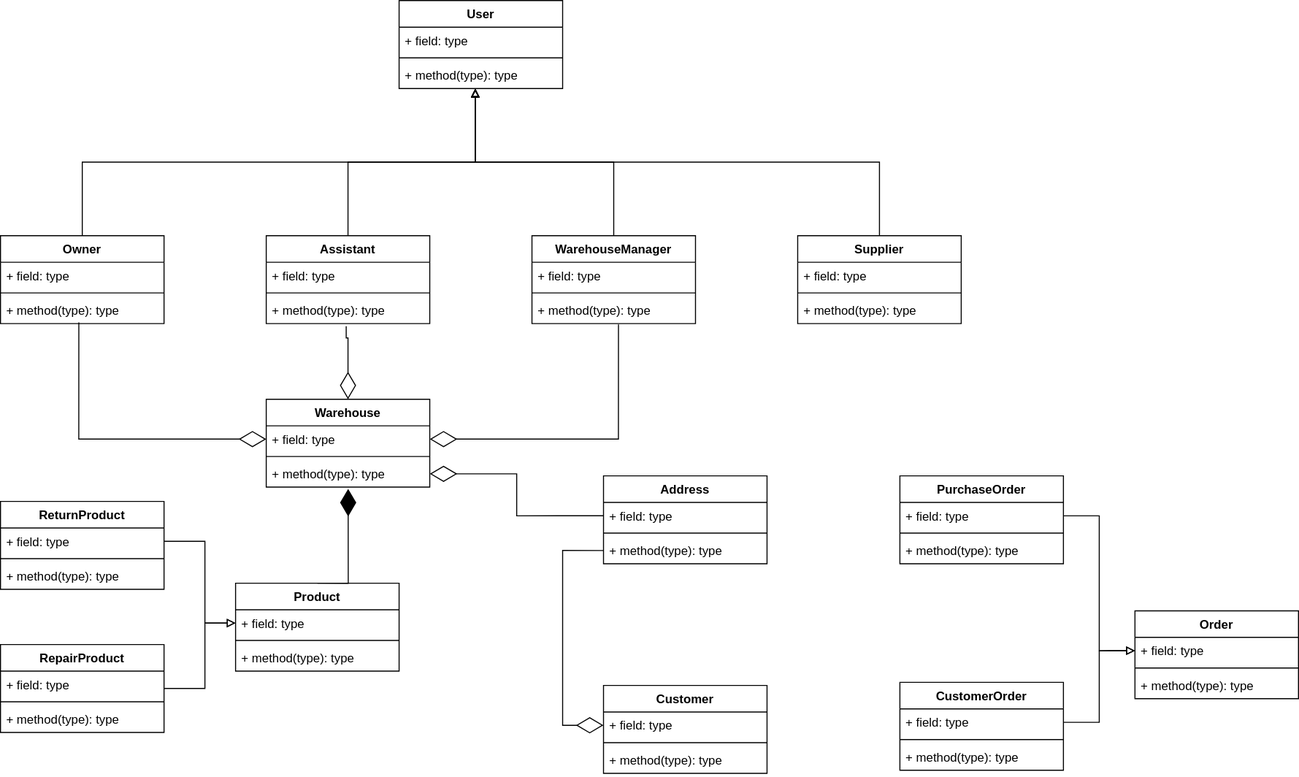
This is Class Diagram.svg from Simamkele88/IFM3_GP, a draw.io export, as it was before one commit. Source tidied: cells renumbered, new cells last; positions are measured from the earlier drawing's top-left corner, leaving out a move shared by most shapes.
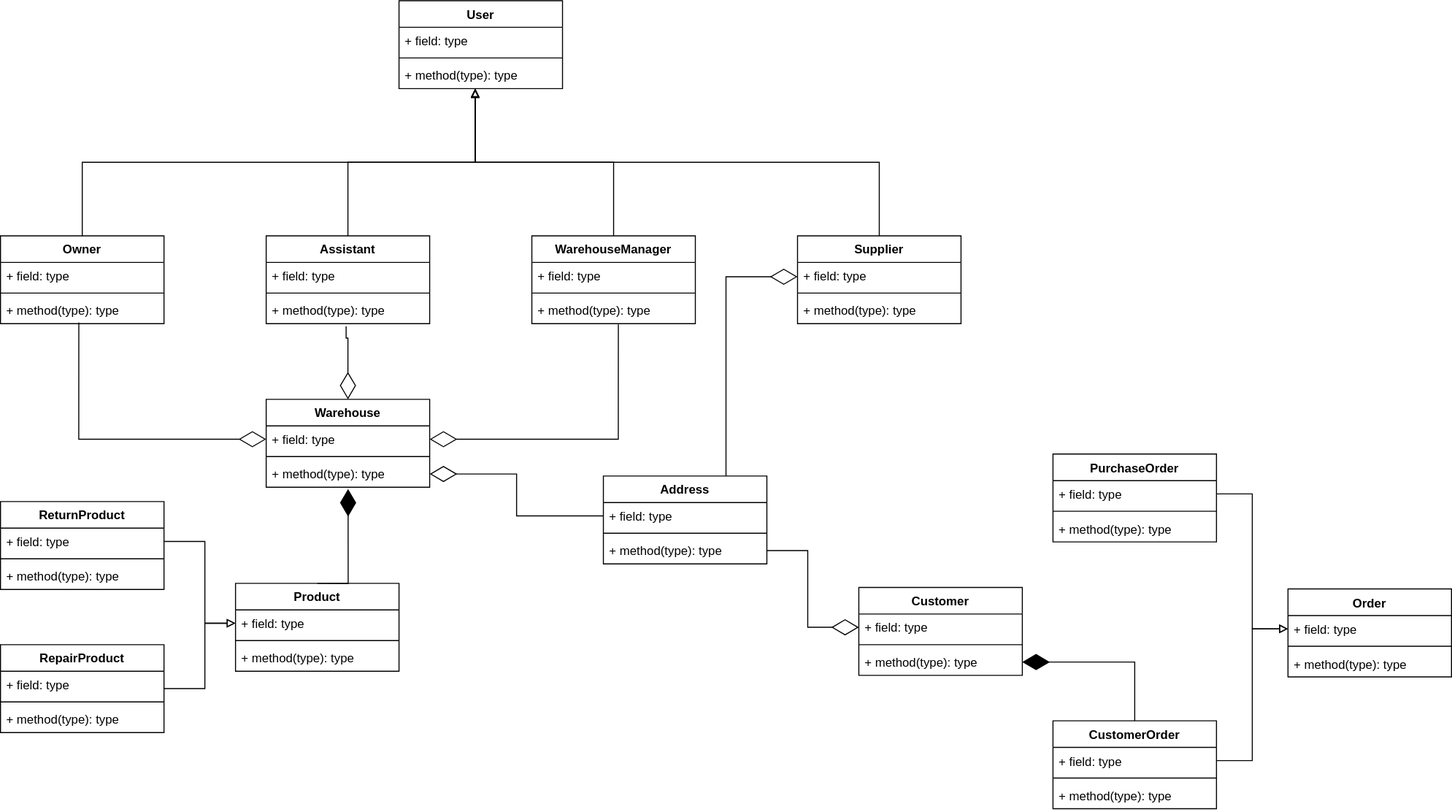
Later version of the same file.

Diff of the diagram source:
```diff
@@ -127,7 +127,7 @@
       <mxGeometry y="60" width="160" height="26" as="geometry" />
     </mxCell>
     <mxCell id="40" value="Order" style="swimlane;fontStyle=1;align=center;verticalAlign=top;horizontal=1;startSize=26;whiteSpace=wrap;html=1;" parent="1" vertex="1">
-      <mxGeometry x="1110" y="597" width="160" height="86" as="geometry" />
+      <mxGeometry x="1260" y="575.5" width="160" height="86" as="geometry" />
     </mxCell>
     <mxCell id="41" value="+ field: type" style="text;strokeColor=none;fillColor=none;align=left;verticalAlign=top;spacingLeft=4;spacingRight=4;overflow=hidden;points=[[0,0.5],[1,0.5]];portConstraint=eastwest;whiteSpace=wrap;html=1;" parent="40" vertex="1">
       <mxGeometry y="26" width="160" height="26" as="geometry" />
@@ -139,7 +139,7 @@
       <mxGeometry y="60" width="160" height="26" as="geometry" />
     </mxCell>
     <mxCell id="44" value="PurchaseOrder" style="swimlane;fontStyle=1;align=center;verticalAlign=top;horizontal=1;startSize=26;whiteSpace=wrap;html=1;" parent="1" vertex="1">
-      <mxGeometry x="880" y="465" width="160" height="86" as="geometry" />
+      <mxGeometry x="1030" y="443.5" width="160" height="86" as="geometry" />
     </mxCell>
     <mxCell id="45" value="+ field: type" style="text;strokeColor=none;fillColor=none;align=left;verticalAlign=top;spacingLeft=4;spacingRight=4;overflow=hidden;points=[[0,0.5],[1,0.5]];portConstraint=eastwest;whiteSpace=wrap;html=1;" parent="44" vertex="1">
       <mxGeometry y="26" width="160" height="26" as="geometry" />
@@ -151,7 +151,7 @@
       <mxGeometry y="60" width="160" height="26" as="geometry" />
     </mxCell>
     <mxCell id="48" value="CustomerOrder" style="swimlane;fontStyle=1;align=center;verticalAlign=top;horizontal=1;startSize=26;whiteSpace=wrap;html=1;" parent="1" vertex="1">
-      <mxGeometry x="880" y="667" width="160" height="86" as="geometry" />
+      <mxGeometry x="1030" y="704.5" width="160" height="86" as="geometry" />
     </mxCell>
     <mxCell id="49" value="+ field: type" style="text;strokeColor=none;fillColor=none;align=left;verticalAlign=top;spacingLeft=4;spacingRight=4;overflow=hidden;points=[[0,0.5],[1,0.5]];portConstraint=eastwest;whiteSpace=wrap;html=1;" parent="48" vertex="1">
       <mxGeometry y="26" width="160" height="26" as="geometry" />
@@ -169,7 +169,7 @@
       <mxGeometry relative="1" as="geometry" />
     </mxCell>
     <mxCell id="54" value="Customer" style="swimlane;fontStyle=1;align=center;verticalAlign=top;horizontal=1;startSize=26;whiteSpace=wrap;html=1;" parent="1" vertex="1">
-      <mxGeometry x="590" y="670" width="160" height="86" as="geometry" />
+      <mxGeometry x="840" y="574" width="160" height="86" as="geometry" />
     </mxCell>
     <mxCell id="55" value="+ field: type" style="text;strokeColor=none;fillColor=none;align=left;verticalAlign=top;spacingLeft=4;spacingRight=4;overflow=hidden;points=[[0,0.5],[1,0.5]];portConstraint=eastwest;whiteSpace=wrap;html=1;" parent="54" vertex="1">
       <mxGeometry y="26" width="160" height="26" as="geometry" />
@@ -236,13 +236,25 @@
     <mxCell id="70" style="endArrow=diamondThin;endFill=0;endSize=24;html=1;rounded=0;edgeStyle=orthogonalEdgeStyle;entryX=1;entryY=0.5;entryDx=0;entryDy=0;exitX=0;exitY=0.5;exitDx=0;exitDy=0;" parent="1" edge="1" source="66" target="61">
       <mxGeometry relative="1" as="geometry" />
     </mxCell>
-    <mxCell id="71" style="endArrow=diamondThin;endFill=0;endSize=24;html=1;rounded=0;edgeStyle=orthogonalEdgeStyle;entryX=0;entryY=0.5;entryDx=0;entryDy=0;exitX=0;exitY=0.5;exitDx=0;exitDy=0;" parent="1" edge="1" source="68" target="55">
+    <mxCell id="71" style="endArrow=diamondThin;endFill=0;endSize=24;html=1;rounded=0;edgeStyle=orthogonalEdgeStyle;entryX=0;entryY=0.5;entryDx=0;entryDy=0;exitX=1;exitY=0.5;exitDx=0;exitDy=0;" parent="1" edge="1" source="68" target="55">
       <mxGeometry relative="1" as="geometry">
         <Array as="points">
-          <mxPoint x="550" y="538" />
-          <mxPoint x="550" y="709" />
+          <mxPoint x="790" y="538" />
+          <mxPoint x="790" y="613" />
         </Array>
       </mxGeometry>
     </mxCell>
+    <mxCell id="72" style="endArrow=diamondThin;endFill=0;endSize=24;html=1;rounded=0;edgeStyle=orthogonalEdgeStyle;exitX=0.75;exitY=0;exitDx=0;exitDy=0;" parent="1" edge="1" source="65">
+      <mxGeometry relative="1" as="geometry">
+        <mxPoint x="780" y="270" as="targetPoint" />
+        <Array as="points">
+          <mxPoint x="710" y="270" />
+          <mxPoint x="780" y="270" />
+        </Array>
+      </mxGeometry>
+    </mxCell>
+    <mxCell id="73" style="endArrow=diamondThin;endFill=1;endSize=24;html=1;rounded=0;entryX=1;entryY=0.5;entryDx=0;entryDy=0;exitX=0.5;exitY=0;exitDx=0;exitDy=0;edgeStyle=orthogonalEdgeStyle;" parent="1" edge="1" source="48" target="57">
+      <mxGeometry relative="1" as="geometry" />
+    </mxCell>
   </root>
 </mxGraphModel>
```
